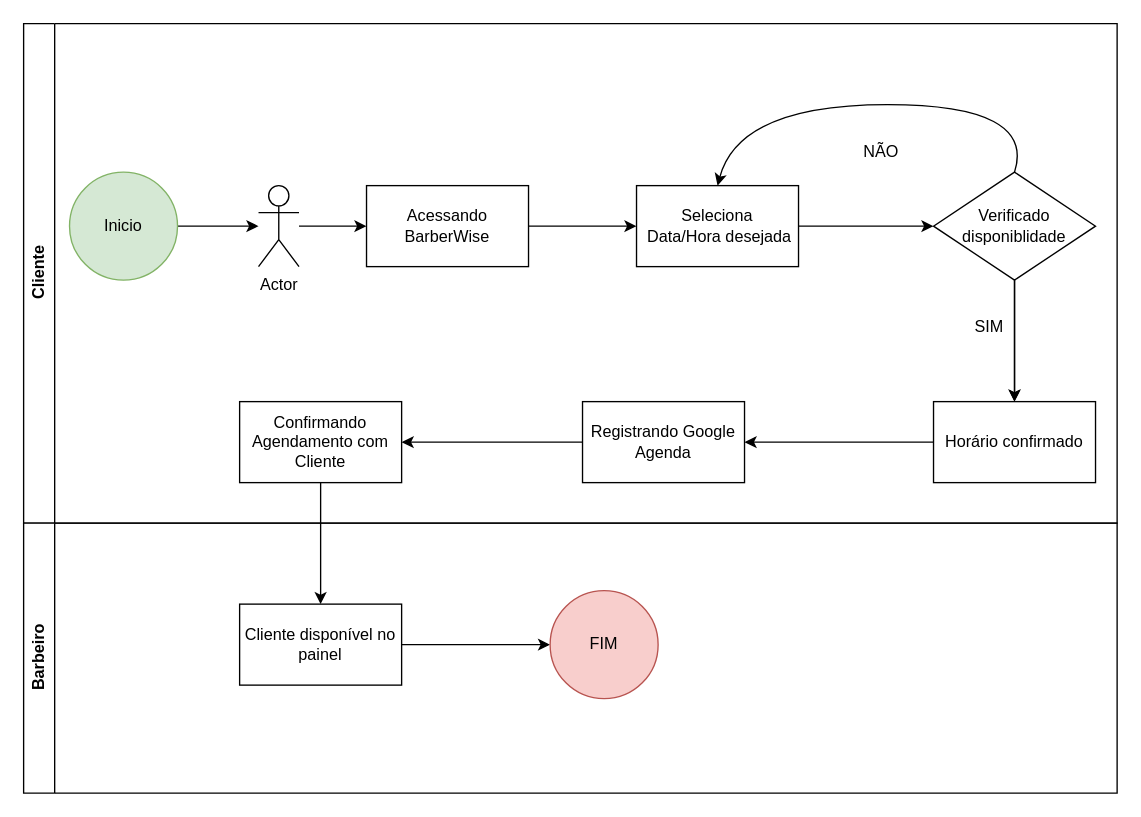
The draw.io diagram Fluxo/BarberWise(Conceitual).drawio in Jefinn/BarberWise, before the edit. Source tidied: cells renumbered, new cells numbered last; positions are measured from the earlier drawing's top-left corner, leaving out a move shared by most shapes. Both pictures are drawn from the tidied source at 135%, with x=0, y=0 at pixel (23, 23).
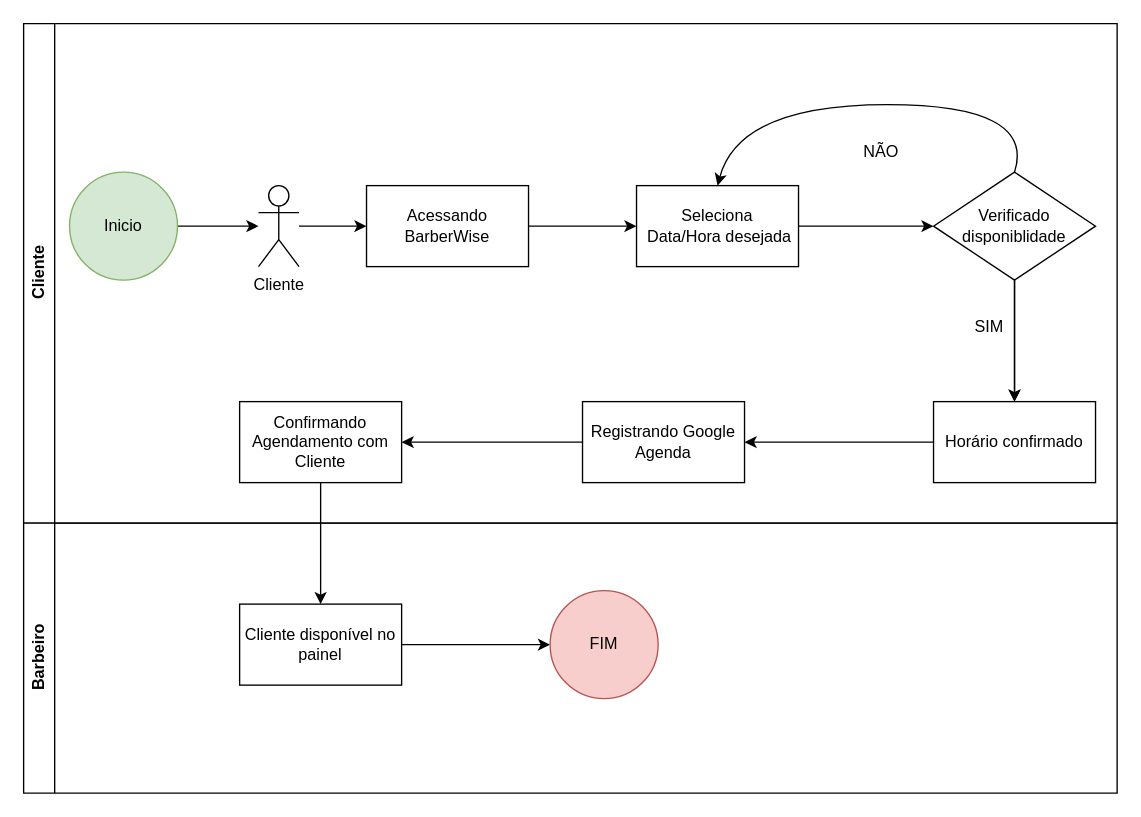
Above is the later version.

Unchanged cells that the change refers to:
```xml
<mxCell id="2" value="Cliente" style="swimlane;horizontal=0;whiteSpace=wrap;html=1;" parent="1" vertex="1">
  <mxGeometry width="810" height="370" as="geometry" />
</mxCell>
```

What changed in the source:
```diff
@@
-    <mxCell id="11" value="Actor" style="shape=umlActor;verticalLabelPosition=bottom;verticalAlign=top;html=1;outlineConnect=0;" parent="2" vertex="1">
+    <mxCell id="11" value="Cliente&lt;div&gt;&lt;br&gt;&lt;/div&gt;" style="shape=umlActor;verticalLabelPosition=bottom;verticalAlign=top;html=1;outlineConnect=0;" parent="2" vertex="1">
       <mxGeometry x="174" y="120" width="30" height="60" as="geometry" />
     </mxCell>
```
